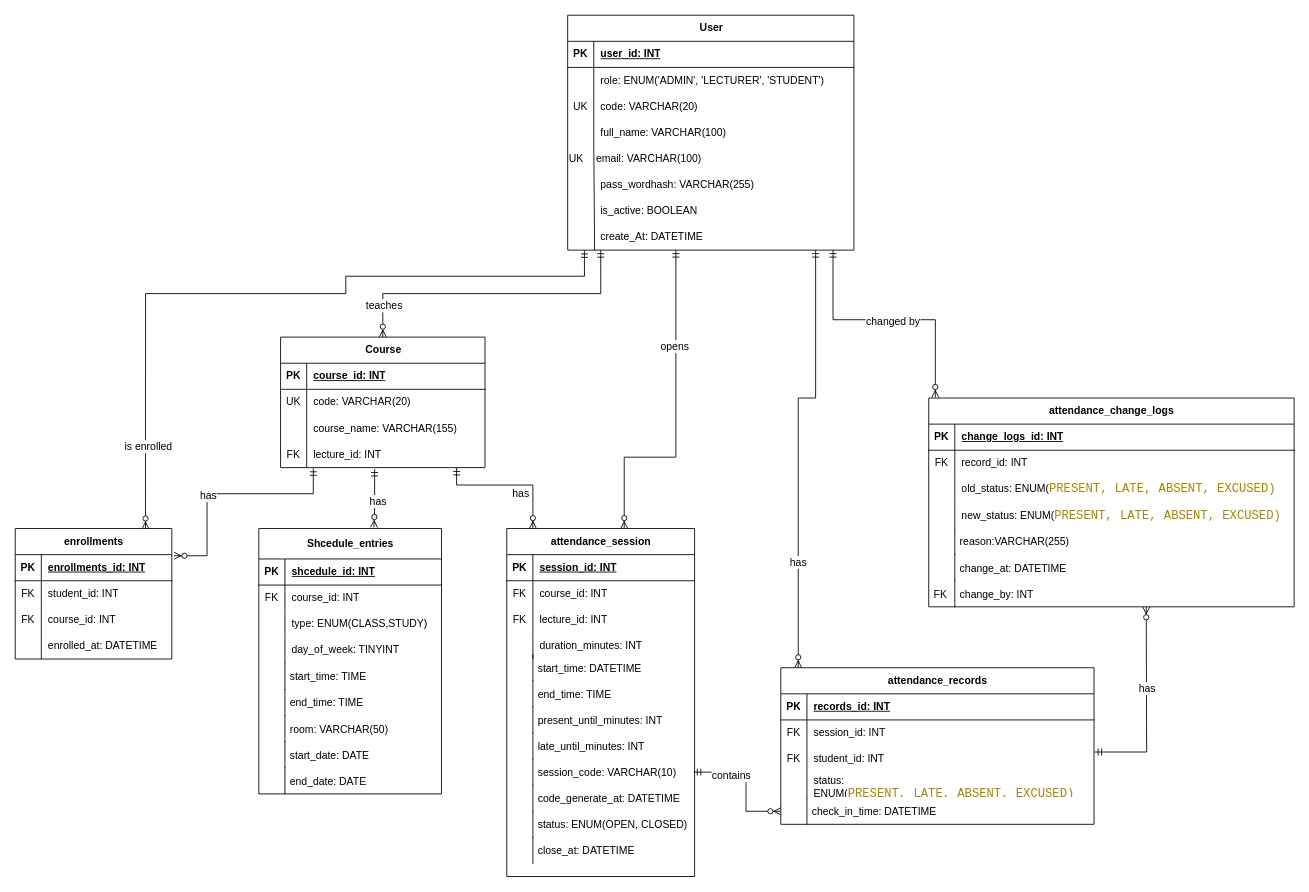
QnTIie2409/CNPM-GROUP03 keeps this draw.io diagram as DIAGRAM/Data.drawio. Above is the earlier version. Source tidied: cells renumbered, new cells numbered last; positions are measured from the earlier drawing's top-left corner, leaving out a move shared by most shapes. Both pictures are drawn from the tidied source at 87%, with x=0, y=0 at pixel (15, 15).
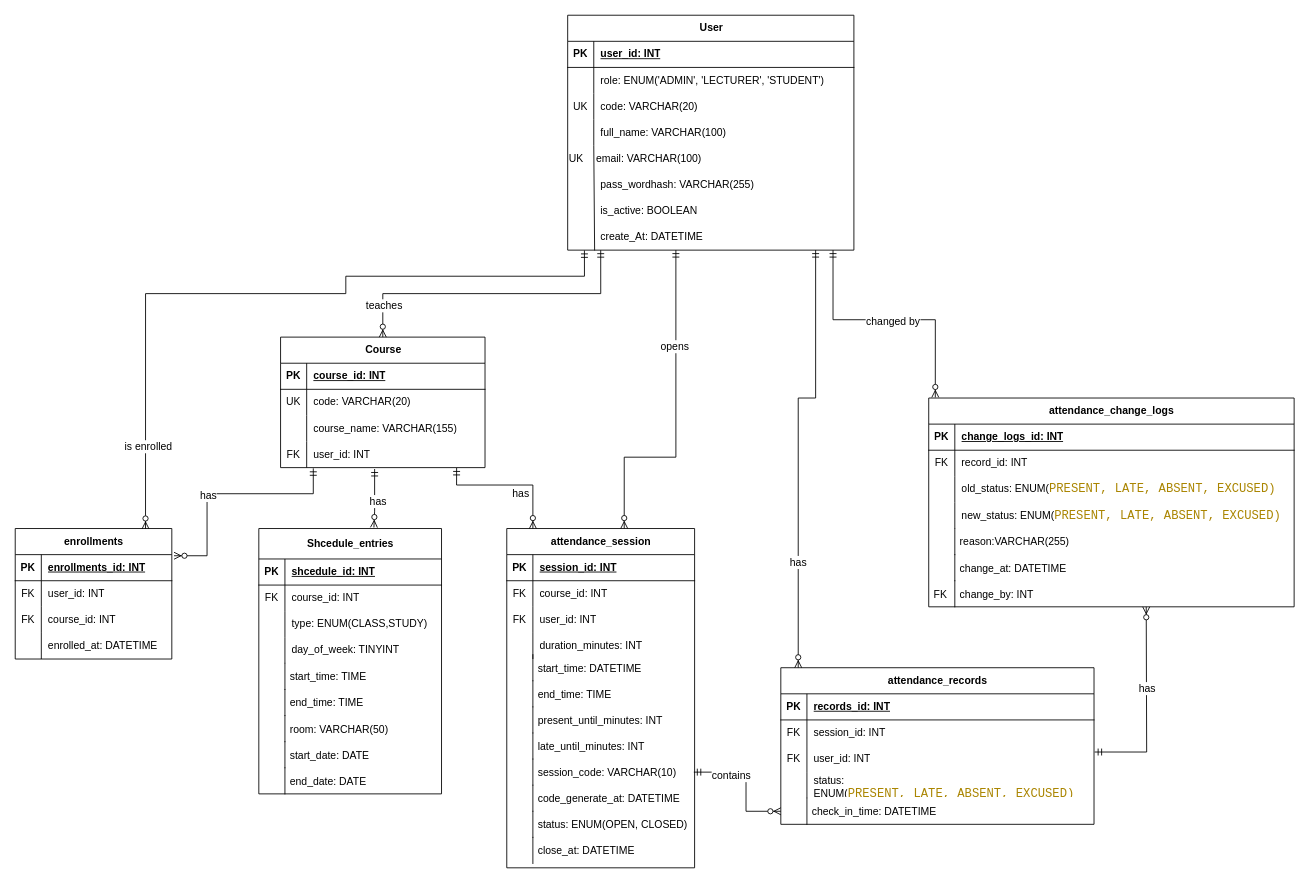
Above is the later version.

The change refers to these unchanged cells:
```xml
<mxCell id="12" style="shape=tableRow;horizontal=0;startSize=0;swimlaneHead=0;swimlaneBody=0;fillColor=none;points=[[0,0.5],[1,0.5]];portConstraint=eastwest;top=0;left=0;right=0;bottom=0;" parent="2" vertex="1">
  <mxGeometry y="120" width="235" height="30" as="geometry" />
</mxCell>
<mxCell id="41" style="group;" parent="1" vertex="1">
  <mxGeometry x="565" y="580" width="250" height="400" as="geometry" />
</mxCell>
<mxCell id="51" style="shape=tableRow;horizontal=0;startSize=0;swimlaneHead=0;swimlaneBody=0;fillColor=none;top=0;left=0;right=0;bottom=0;" parent="44" vertex="1">
  <mxGeometry y="90" width="215.9" height="30" as="geometry" />
</mxCell>
<mxCell id="77" style="shape=tableRow;horizontal=0;startSize=0;swimlaneHead=0;swimlaneBody=0;fillColor=none;top=0;left=0;right=0;bottom=0;" parent="73" vertex="1">
  <mxGeometry y="60" width="180" height="30" as="geometry" />
</mxCell>
<mxCell id="121" style="shape=tableRow;horizontal=0;startSize=0;swimlaneHead=0;swimlaneBody=0;fillColor=none;points=[[0,0.5],[1,0.5]];portConstraint=eastwest;top=0;left=0;right=0;bottom=0;" parent="114" vertex="1">
  <mxGeometry y="90" width="360" height="30" as="geometry" />
</mxCell>
```

What changed in the source:
```diff
@@
-    <mxCell id="14" value="lecture_id: INT" style="shape=partialRectangle;fillColor=none;top=0;left=0;bottom=0;right=0;align=left;spacingLeft=6;overflow=hidden;whiteSpace=wrap;html=1;" parent="12" vertex="1">
+    <mxCell id="14" value="user_id: INT" style="shape=partialRectangle;fillColor=none;top=0;left=0;bottom=0;right=0;align=left;spacingLeft=6;overflow=hidden;whiteSpace=wrap;html=1;" parent="12" vertex="1">
       <mxGeometry x="30" width="205" height="30" as="geometry" />
     </mxCell>
@@
     <mxCell id="44" value="attendance_session" style="shape=table;startSize=30;childLayout=tableLayout;rowLines=0;fontStyle=1;align=center;html=1;" parent="41" vertex="1">
-      <mxGeometry y="10" width="215.9" height="400" as="geometry" />
+      <mxGeometry y="10" width="215.9" height="390" as="geometry" />
     </mxCell>
@@
-    <mxCell id="53" value="lecture_id: INT" style="shape=partialRectangle;fillColor=none;top=0;left=0;bottom=0;right=0;align=left;spacingLeft=6;overflow=hidden;whiteSpace=wrap;html=1;" parent="51" vertex="1">
+    <mxCell id="53" value="user_id: INT" style="shape=partialRectangle;fillColor=none;top=0;left=0;bottom=0;right=0;align=left;spacingLeft=6;overflow=hidden;whiteSpace=wrap;html=1;" parent="51" vertex="1">
       <mxGeometry x="30" width="185.9" height="30" as="geometry" />
     </mxCell>
@@
-    <mxCell id="79" value="student_id: INT" style="shape=partialRectangle;fillColor=none;top=0;left=0;bottom=0;right=0;align=left;spacingLeft=6;overflow=hidden;whiteSpace=wrap;html=1;" parent="77" vertex="1">
+    <mxCell id="79" value="user_id: INT" style="shape=partialRectangle;fillColor=none;top=0;left=0;bottom=0;right=0;align=left;spacingLeft=6;overflow=hidden;whiteSpace=wrap;html=1;" parent="77" vertex="1">
       <mxGeometry x="30" width="150" height="30" as="geometry" />
     </mxCell>
@@
-    <mxCell id="123" value="student_id: INT" style="shape=partialRectangle;fillColor=none;top=0;left=0;bottom=0;right=0;align=left;spacingLeft=6;overflow=hidden;whiteSpace=wrap;html=1;" parent="121" vertex="1">
+    <mxCell id="123" value="user_id: INT" style="shape=partialRectangle;fillColor=none;top=0;left=0;bottom=0;right=0;align=left;spacingLeft=6;overflow=hidden;whiteSpace=wrap;html=1;" parent="121" vertex="1">
       <mxGeometry x="30" width="330" height="30" as="geometry" />
     </mxCell>
```
